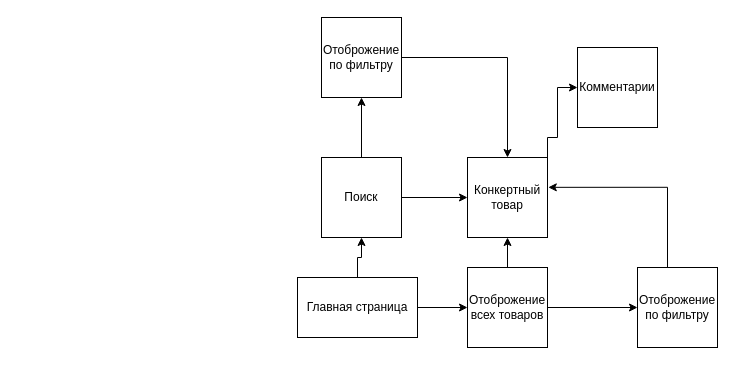
Earlier version of the draw.io diagram SchemStore.drawio (Asker30/flaskShop). Source tidied: cells renumbered, new cells numbered last; positions are measured from the earlier drawing's top-left corner, leaving out a move shared by most shapes. Both pictures are drawn from the tidied source at 100%, with x=0, y=0 at pixel (297, 17).
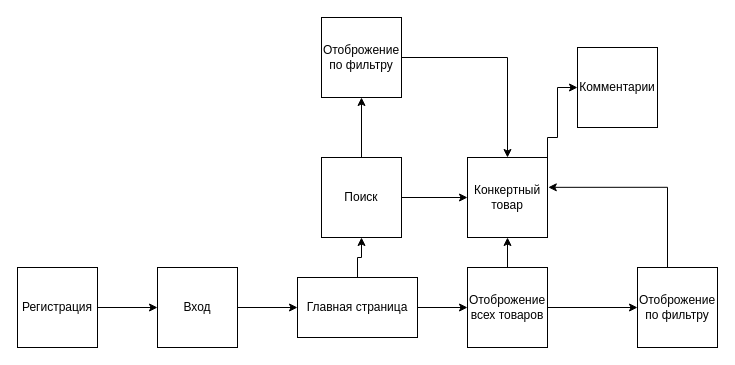
The same diagram, later.

Unchanged cells that the change refers to:
```xml
<mxCell id="4" value="Главная страница" style="rounded=0;whiteSpace=wrap;html=1;" parent="1" vertex="1">
  <mxGeometry y="260" width="120" height="60" as="geometry" />
</mxCell>
```

Change to the diagram source:
```diff
@@
+    <mxCell id="18" style="edgeStyle=none;html=1;" parent="1" edge="1" source="19" target="4">
+      <mxGeometry relative="1" as="geometry" />
+    </mxCell>
+    <mxCell id="19" value="Вход" style="whiteSpace=wrap;html=1;" parent="1" vertex="1">
+      <mxGeometry x="-140" y="250" width="80" height="80" as="geometry" />
+    </mxCell>
+    <mxCell id="20" style="edgeStyle=none;html=1;" parent="1" edge="1" source="21" target="19">
+      <mxGeometry relative="1" as="geometry" />
+    </mxCell>
+    <mxCell id="21" value="Регистрация" style="whiteSpace=wrap;html=1;" parent="1" vertex="1">
+      <mxGeometry x="-280" y="250" width="80" height="80" as="geometry" />
+    </mxCell>
```
